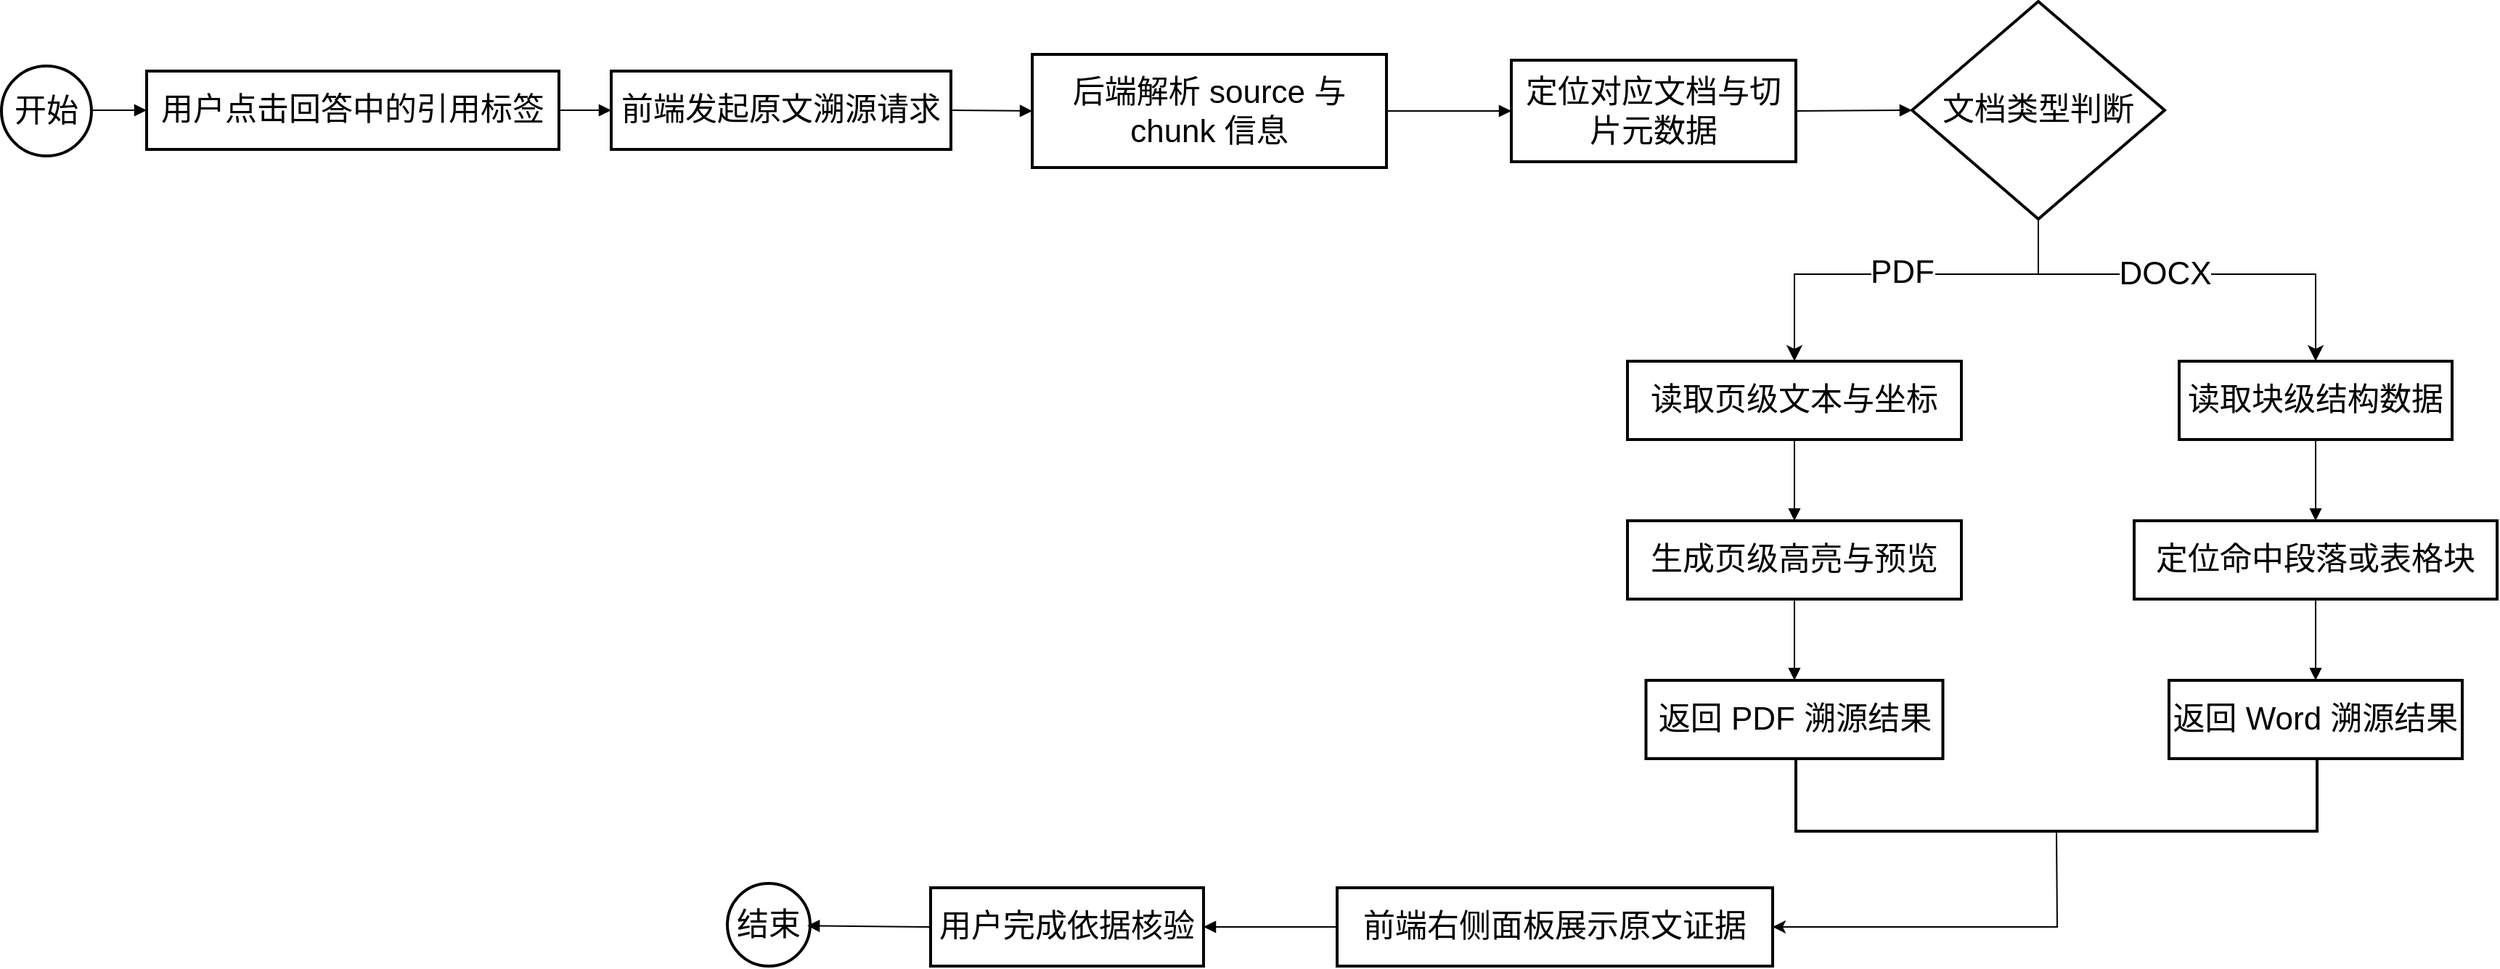
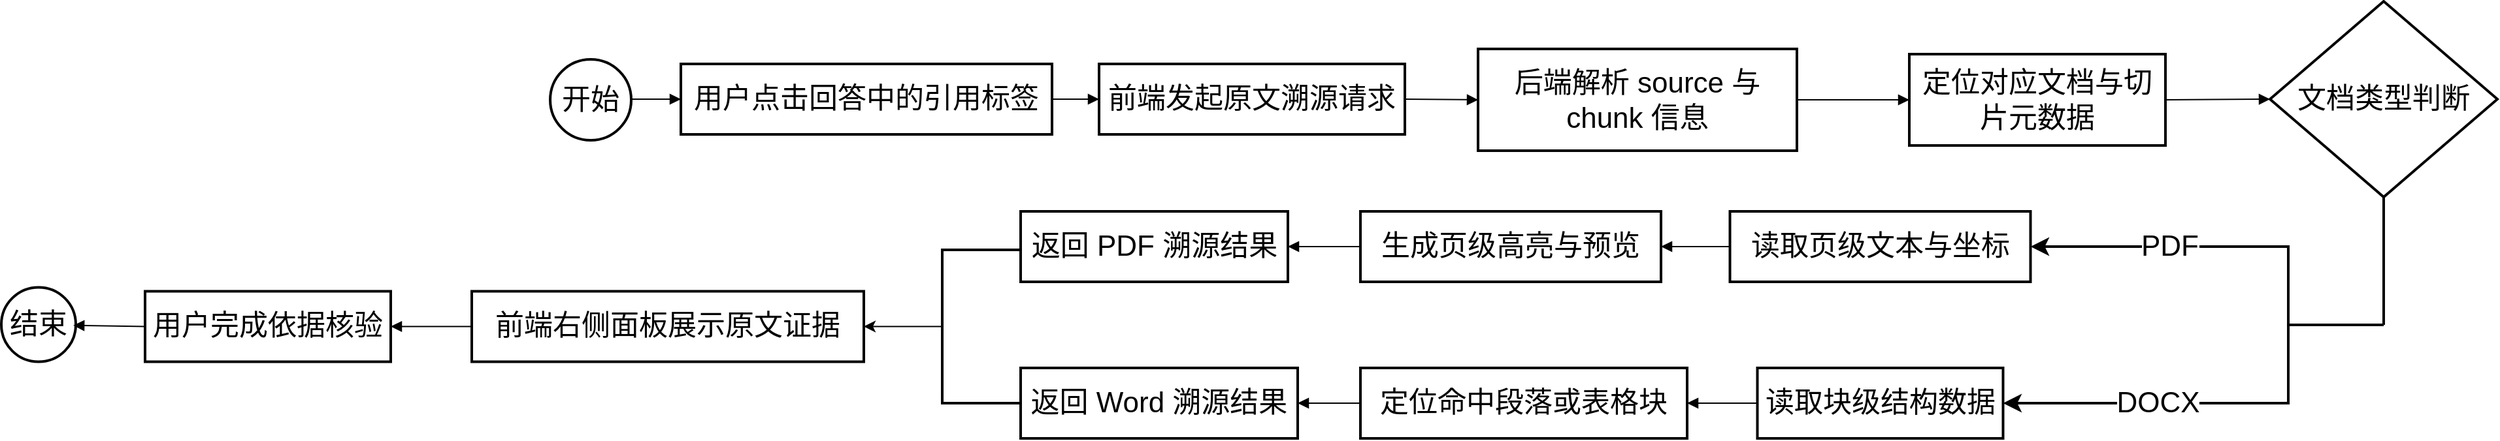
<mxfile host="app.diagrams.net">
  <diagram name="第 1 页" id="R4FDS2qancBsaZZJmabc">
-     <mxGraphModel dx="1758" dy="1015" grid="1" gridSize="10" guides="1" tooltips="1" connect="1" arrows="1" fold="1" page="0" pageScale="1" pageWidth="827" pageHeight="1169" math="0" shadow="0">
+     <mxGraphModel dx="2809" dy="1160" grid="1" gridSize="10" guides="1" tooltips="1" connect="1" arrows="1" fold="1" page="0" pageScale="1" pageWidth="827" pageHeight="1169" math="0" shadow="0">
      <root>
        <mxCell id="0" />
        <mxCell id="1" parent="0" />
        <mxCell id="LvuW3N7PDDmZqe9PuWqL-3" parent="1" style="ellipse;aspect=fixed;strokeWidth=2;whiteSpace=wrap;fontSize=22;strokeColor=default;" value="开始" vertex="1">
          <mxGeometry height="62" width="62" x="10" y="116.5" as="geometry" />
        </mxCell>
        <mxCell id="LvuW3N7PDDmZqe9PuWqL-4" parent="1" style="whiteSpace=wrap;strokeWidth=2;fontSize=22;strokeColor=default;" value="用户点击回答中的引用标签" vertex="1">
          <mxGeometry height="54" width="284" x="110" y="120" as="geometry" />
        </mxCell>
        <mxCell id="LvuW3N7PDDmZqe9PuWqL-5" parent="1" style="whiteSpace=wrap;strokeWidth=2;fontSize=22;strokeColor=default;" value="前端发起原文溯源请求" vertex="1">
          <mxGeometry height="54" width="234" x="430" y="120" as="geometry" />
        </mxCell>
        <mxCell id="LvuW3N7PDDmZqe9PuWqL-6" parent="1" style="whiteSpace=wrap;strokeWidth=2;fontSize=22;strokeColor=default;" value="后端解析 source 与 chunk 信息" vertex="1">
          <mxGeometry height="78" width="244" x="720" y="108.5" as="geometry" />
        </mxCell>
        <mxCell id="LvuW3N7PDDmZqe9PuWqL-7" parent="1" style="whiteSpace=wrap;strokeWidth=2;fontSize=22;strokeColor=default;" value="定位对应文档与切片元数据" vertex="1">
          <mxGeometry height="70" width="196" x="1050" y="112.5" as="geometry" />
        </mxCell>
        <mxCell id="LvuW3N7PDDmZqe9PuWqL-8" parent="1" style="rhombus;strokeWidth=2;whiteSpace=wrap;fontSize=22;strokeColor=default;" value="文档类型判断" vertex="1">
          <mxGeometry height="150" width="174" x="1326" y="72" as="geometry" />
        </mxCell>
        <mxCell id="LvuW3N7PDDmZqe9PuWqL-9" parent="1" style="whiteSpace=wrap;strokeWidth=2;fontSize=22;strokeColor=default;" value="读取页级文本与坐标" vertex="1">
-           <mxGeometry height="54" width="230" x="1130" y="320" as="geometry" />
+           <mxGeometry height="54" width="230" x="912.75" y="233" as="geometry" />
        </mxCell>
        <mxCell id="LvuW3N7PDDmZqe9PuWqL-10" parent="1" style="whiteSpace=wrap;strokeWidth=2;fontSize=22;strokeColor=default;" value="读取块级结构数据" vertex="1">
-           <mxGeometry height="54" width="188" x="1510" y="320" as="geometry" />
+           <mxGeometry height="54" width="188" x="933.75" y="353" as="geometry" />
        </mxCell>
        <mxCell id="LvuW3N7PDDmZqe9PuWqL-11" parent="1" style="whiteSpace=wrap;strokeWidth=2;fontSize=22;strokeColor=default;" value="生成页级高亮与预览" vertex="1">
-           <mxGeometry height="54" width="230" x="1130" y="430" as="geometry" />
+           <mxGeometry height="54" width="230" x="630" y="233" as="geometry" />
        </mxCell>
        <mxCell id="LvuW3N7PDDmZqe9PuWqL-12" parent="1" style="whiteSpace=wrap;strokeWidth=2;fontSize=22;strokeColor=default;" value="返回 PDF 溯源结果" vertex="1">
-           <mxGeometry height="54" width="204.5" x="1142.75" y="540" as="geometry" />
+           <mxGeometry height="54" width="204.5" x="370" y="233" as="geometry" />
        </mxCell>
        <mxCell id="LvuW3N7PDDmZqe9PuWqL-13" parent="1" style="whiteSpace=wrap;strokeWidth=2;fontSize=22;strokeColor=default;" value="定位命中段落或表格块" vertex="1">
-           <mxGeometry height="54" width="250" x="1479" y="430" as="geometry" />
+           <mxGeometry height="54" width="250" x="630" y="353" as="geometry" />
        </mxCell>
        <mxCell id="LvuW3N7PDDmZqe9PuWqL-14" parent="1" style="whiteSpace=wrap;strokeWidth=2;fontSize=22;strokeColor=default;" value="返回 Word 溯源结果" vertex="1">
-           <mxGeometry height="54" width="202" x="1503" y="540" as="geometry" />
+           <mxGeometry height="54" width="212" x="370" y="353" as="geometry" />
        </mxCell>
        <mxCell id="LvuW3N7PDDmZqe9PuWqL-15" parent="1" style="whiteSpace=wrap;strokeWidth=2;fontSize=22;strokeColor=default;" value="前端右侧面板展示原文证据" vertex="1">
-           <mxGeometry height="54" width="300" x="930" y="683" as="geometry" />
+           <mxGeometry height="54" width="300" x="-50" y="294.25" as="geometry" />
        </mxCell>
        <mxCell id="LvuW3N7PDDmZqe9PuWqL-16" parent="1" style="whiteSpace=wrap;strokeWidth=2;fontSize=22;strokeColor=default;" value="用户完成依据核验" vertex="1">
-           <mxGeometry height="54" width="188" x="650" y="683" as="geometry" />
+           <mxGeometry height="54" width="188" x="-300" y="294.25" as="geometry" />
        </mxCell>
        <mxCell id="LvuW3N7PDDmZqe9PuWqL-17" parent="1" style="ellipse;aspect=fixed;strokeWidth=2;whiteSpace=wrap;fontSize=22;strokeColor=default;" value="结束" vertex="1">
-           <mxGeometry height="57" width="57" x="510" y="680" as="geometry" />
+           <mxGeometry height="57" width="57" x="-410" y="291.25" as="geometry" />
        </mxCell>
        <mxCell id="LvuW3N7PDDmZqe9PuWqL-18" edge="1" parent="1" source="LvuW3N7PDDmZqe9PuWqL-3" style="curved=1;startArrow=none;endArrow=block;exitX=1;exitY=0.49;entryX=0;entryY=0.5;rounded=0;fontSize=22;strokeColor=default;" target="LvuW3N7PDDmZqe9PuWqL-4" value="">
          <mxGeometry relative="1" as="geometry">
            <Array as="points" />
          </mxGeometry>
        </mxCell>
        <mxCell id="LvuW3N7PDDmZqe9PuWqL-19" edge="1" parent="1" source="LvuW3N7PDDmZqe9PuWqL-4" style="curved=1;startArrow=none;endArrow=block;exitX=1;exitY=0.5;entryX=0;entryY=0.5;rounded=0;fontSize=22;strokeColor=default;" target="LvuW3N7PDDmZqe9PuWqL-5" value="">
          <mxGeometry relative="1" as="geometry">
            <Array as="points" />
          </mxGeometry>
        </mxCell>
        <mxCell id="LvuW3N7PDDmZqe9PuWqL-20" edge="1" parent="1" source="LvuW3N7PDDmZqe9PuWqL-5" style="curved=1;startArrow=none;endArrow=block;exitX=1;exitY=0.5;entryX=0;entryY=0.5;rounded=0;fontSize=22;strokeColor=default;" target="LvuW3N7PDDmZqe9PuWqL-6" value="">
          <mxGeometry relative="1" as="geometry">
            <Array as="points" />
          </mxGeometry>
        </mxCell>
        <mxCell id="LvuW3N7PDDmZqe9PuWqL-21" edge="1" parent="1" source="LvuW3N7PDDmZqe9PuWqL-6" style="curved=1;startArrow=none;endArrow=block;exitX=1;exitY=0.5;entryX=0;entryY=0.5;rounded=0;fontSize=22;strokeColor=default;" target="LvuW3N7PDDmZqe9PuWqL-7" value="">
          <mxGeometry relative="1" as="geometry">
            <Array as="points" />
          </mxGeometry>
        </mxCell>
        <mxCell id="LvuW3N7PDDmZqe9PuWqL-22" edge="1" parent="1" source="LvuW3N7PDDmZqe9PuWqL-7" style="curved=1;startArrow=none;endArrow=block;exitX=1;exitY=0.5;entryX=0;entryY=0.5;rounded=0;fontSize=22;strokeColor=default;" target="LvuW3N7PDDmZqe9PuWqL-8" value="">
          <mxGeometry relative="1" as="geometry">
            <Array as="points" />
          </mxGeometry>
        </mxCell>
-         <mxCell id="LvuW3N7PDDmZqe9PuWqL-25" edge="1" parent="1" source="LvuW3N7PDDmZqe9PuWqL-9" style="curved=1;startArrow=none;endArrow=block;exitX=0.5;exitY=1;rounded=0;fontSize=22;strokeColor=default;exitDx=0;exitDy=0;" target="LvuW3N7PDDmZqe9PuWqL-11" value="">
+         <mxCell id="LvuW3N7PDDmZqe9PuWqL-25" edge="1" parent="1" source="LvuW3N7PDDmZqe9PuWqL-9" style="curved=1;startArrow=none;endArrow=block;exitX=0;exitY=0.5;rounded=0;fontSize=22;strokeColor=default;exitDx=0;exitDy=0;entryX=1;entryY=0.5;entryDx=0;entryDy=0;" target="LvuW3N7PDDmZqe9PuWqL-11" value="">
          <mxGeometry relative="1" as="geometry">
            <Array as="points" />
          </mxGeometry>
        </mxCell>
-         <mxCell id="LvuW3N7PDDmZqe9PuWqL-26" edge="1" parent="1" source="LvuW3N7PDDmZqe9PuWqL-11" style="curved=1;startArrow=none;endArrow=block;exitX=0.5;exitY=1;entryX=0.5;entryY=0;rounded=0;fontSize=22;strokeColor=default;exitDx=0;exitDy=0;entryDx=0;entryDy=0;" target="LvuW3N7PDDmZqe9PuWqL-12" value="">
+         <mxCell id="LvuW3N7PDDmZqe9PuWqL-26" edge="1" parent="1" source="LvuW3N7PDDmZqe9PuWqL-11" style="curved=1;startArrow=none;endArrow=block;exitX=0;exitY=0.5;entryX=1;entryY=0.5;rounded=0;fontSize=22;strokeColor=default;exitDx=0;exitDy=0;entryDx=0;entryDy=0;" target="LvuW3N7PDDmZqe9PuWqL-12" value="">
          <mxGeometry relative="1" as="geometry">
            <Array as="points" />
          </mxGeometry>
        </mxCell>
-         <mxCell id="LvuW3N7PDDmZqe9PuWqL-27" edge="1" parent="1" source="LvuW3N7PDDmZqe9PuWqL-10" style="curved=1;startArrow=none;endArrow=block;exitX=0.5;exitY=1;entryX=0.5;entryY=0;rounded=0;fontSize=22;strokeColor=default;exitDx=0;exitDy=0;entryDx=0;entryDy=0;" target="LvuW3N7PDDmZqe9PuWqL-13" value="">
+         <mxCell id="LvuW3N7PDDmZqe9PuWqL-27" edge="1" parent="1" source="LvuW3N7PDDmZqe9PuWqL-10" style="curved=1;startArrow=none;endArrow=block;exitX=0;exitY=0.5;entryX=1;entryY=0.5;rounded=0;fontSize=22;strokeColor=default;exitDx=0;exitDy=0;entryDx=0;entryDy=0;" target="LvuW3N7PDDmZqe9PuWqL-13" value="">
          <mxGeometry relative="1" as="geometry">
            <Array as="points" />
          </mxGeometry>
        </mxCell>
-         <mxCell id="LvuW3N7PDDmZqe9PuWqL-28" edge="1" parent="1" source="LvuW3N7PDDmZqe9PuWqL-13" style="curved=1;startArrow=none;endArrow=block;exitX=0.5;exitY=1;entryX=0.5;entryY=0;rounded=0;fontSize=22;strokeColor=default;exitDx=0;exitDy=0;entryDx=0;entryDy=0;" target="LvuW3N7PDDmZqe9PuWqL-14" value="">
+         <mxCell id="LvuW3N7PDDmZqe9PuWqL-28" edge="1" parent="1" source="LvuW3N7PDDmZqe9PuWqL-13" style="curved=1;startArrow=none;endArrow=block;exitX=0;exitY=0.5;entryX=1;entryY=0.5;rounded=0;fontSize=22;strokeColor=default;exitDx=0;exitDy=0;entryDx=0;entryDy=0;" target="LvuW3N7PDDmZqe9PuWqL-14" value="">
          <mxGeometry relative="1" as="geometry">
            <Array as="points" />
          </mxGeometry>
        </mxCell>
        <mxCell id="LvuW3N7PDDmZqe9PuWqL-31" edge="1" parent="1" source="LvuW3N7PDDmZqe9PuWqL-15" style="curved=1;startArrow=none;endArrow=block;exitX=0;exitY=0.5;rounded=0;fontSize=22;strokeColor=default;exitDx=0;exitDy=0;entryX=1;entryY=0.5;entryDx=0;entryDy=0;" target="LvuW3N7PDDmZqe9PuWqL-16" value="">
          <mxGeometry relative="1" as="geometry">
            <Array as="points" />
-             <mxPoint x="710" y="703" as="targetPoint" />
+             <mxPoint x="-470" y="307" as="targetPoint" />
          </mxGeometry>
        </mxCell>
        <mxCell id="LvuW3N7PDDmZqe9PuWqL-32" edge="1" parent="1" source="LvuW3N7PDDmZqe9PuWqL-16" style="curved=1;startArrow=none;endArrow=block;exitX=0;exitY=0.5;rounded=0;fontSize=22;strokeColor=default;exitDx=0;exitDy=0;entryX=0.966;entryY=0.512;entryDx=0;entryDy=0;entryPerimeter=0;" target="LvuW3N7PDDmZqe9PuWqL-17" value="">
          <mxGeometry relative="1" as="geometry">
            <Array as="points" />
-             <mxPoint x="570" y="710" as="targetPoint" />
+             <mxPoint x="-610" y="314" as="targetPoint" />
          </mxGeometry>
        </mxCell>
-         <mxCell id="LvuW3N7PDDmZqe9PuWqL-37" edge="1" parent="1" source="LvuW3N7PDDmZqe9PuWqL-8" style="edgeStyle=elbowEdgeStyle;elbow=vertical;endArrow=classic;html=1;curved=0;rounded=0;endSize=8;startSize=8;exitX=0.5;exitY=1;exitDx=0;exitDy=0;entryX=0.5;entryY=0;entryDx=0;entryDy=0;" target="LvuW3N7PDDmZqe9PuWqL-9" value="">
+         <mxCell id="LvuW3N7PDDmZqe9PuWqL-42" parent="1" style="strokeWidth=2;html=1;shape=mxgraph.flowchart.annotation_1;align=left;pointerEvents=1;direction=east;" value="" vertex="1">
+           <mxGeometry height="117.5" width="60" x="310" y="262.5" as="geometry" />
+         </mxCell>
+         <mxCell id="LvuW3N7PDDmZqe9PuWqL-44" edge="1" parent="1" source="LvuW3N7PDDmZqe9PuWqL-42" style="endArrow=classic;html=1;rounded=0;exitX=0;exitY=0.5;exitDx=0;exitDy=0;exitPerimeter=0;entryX=1;entryY=0.5;entryDx=0;entryDy=0;" target="LvuW3N7PDDmZqe9PuWqL-15" value="">
+           <mxGeometry height="50" relative="1" width="50" as="geometry">
+             <Array as="points" />
+             <mxPoint x="1429" y="644" as="sourcePoint" />
+             <mxPoint x="1460" y="690" as="targetPoint" />
+           </mxGeometry>
+         </mxCell>
+         <mxCell id="LvuW3N7PDDmZqe9PuWqL-47" parent="1" style="line;strokeWidth=2;direction=south;html=1;" value="" vertex="1">
+           <mxGeometry height="98" width="10" x="1408" y="222" as="geometry" />
+         </mxCell>
+         <mxCell id="LvuW3N7PDDmZqe9PuWqL-48" edge="1" parent="1" source="LvuW3N7PDDmZqe9PuWqL-47" style="edgeStyle=segmentEdgeStyle;endArrow=classic;html=1;curved=0;rounded=0;endSize=8;startSize=8;exitX=1;exitY=0.5;exitDx=0;exitDy=0;exitPerimeter=0;strokeWidth=2;entryX=1;entryY=0.5;entryDx=0;entryDy=0;" target="LvuW3N7PDDmZqe9PuWqL-10" value="">
          <mxGeometry height="50" relative="1" width="50" as="geometry">
            <Array as="points">
-               <mxPoint x="1330" y="260" />
+               <mxPoint x="1340" y="320" />
+               <mxPoint x="1340" y="380" />
            </Array>
-             <mxPoint x="1296" y="290" as="sourcePoint" />
-             <mxPoint x="1246" y="340" as="targetPoint" />
+             <mxPoint x="1420" y="367" as="sourcePoint" />
+             <mxPoint x="1150" y="380" as="targetPoint" />
          </mxGeometry>
        </mxCell>
-         <mxCell id="LvuW3N7PDDmZqe9PuWqL-39" connectable="0" parent="LvuW3N7PDDmZqe9PuWqL-37" style="edgeLabel;html=1;align=center;verticalAlign=middle;resizable=0;points=[];" value="&lt;font style=&quot;font-size: 22px;&quot;&gt;PDF&lt;/font&gt;" vertex="1">
-           <mxGeometry relative="1" x="-0.0068" y="-1" as="geometry">
+         <mxCell id="LvuW3N7PDDmZqe9PuWqL-52" connectable="0" parent="LvuW3N7PDDmZqe9PuWqL-48" style="edgeLabel;html=1;align=center;verticalAlign=middle;resizable=0;points=[];" value="&lt;font style=&quot;font-size: 22px;&quot;&gt;DOCX&lt;/font&gt;" vertex="1">
+           <mxGeometry relative="1" x="0.3293" as="geometry">
            <mxPoint as="offset" />
          </mxGeometry>
        </mxCell>
-         <mxCell id="LvuW3N7PDDmZqe9PuWqL-38" edge="1" parent="1" source="LvuW3N7PDDmZqe9PuWqL-8" style="edgeStyle=elbowEdgeStyle;elbow=vertical;endArrow=classic;html=1;curved=0;rounded=0;endSize=8;startSize=8;entryX=0.5;entryY=0;entryDx=0;entryDy=0;exitX=0.5;exitY=1;exitDx=0;exitDy=0;" target="LvuW3N7PDDmZqe9PuWqL-10" value="">
+         <mxCell id="LvuW3N7PDDmZqe9PuWqL-49" edge="1" parent="1" style="edgeStyle=segmentEdgeStyle;endArrow=classic;html=1;curved=0;rounded=0;endSize=8;startSize=8;entryX=1;entryY=0.5;entryDx=0;entryDy=0;strokeWidth=2;" target="LvuW3N7PDDmZqe9PuWqL-9" value="">
          <mxGeometry height="50" relative="1" width="50" as="geometry">
            <Array as="points">
-               <mxPoint x="1510" y="260" />
+               <mxPoint x="1340" y="260" />
+               <mxPoint x="1143" y="260" />
            </Array>
-             <mxPoint x="1410" y="230" as="sourcePoint" />
-             <mxPoint x="1600" y="340" as="targetPoint" />
+             <mxPoint x="1340" y="320" as="sourcePoint" />
+             <mxPoint x="1100" y="280" as="targetPoint" />
          </mxGeometry>
        </mxCell>
-         <mxCell id="LvuW3N7PDDmZqe9PuWqL-40" connectable="0" parent="LvuW3N7PDDmZqe9PuWqL-38" style="edgeLabel;html=1;align=center;verticalAlign=middle;resizable=0;points=[];" value="&lt;font style=&quot;font-size: 22px;&quot;&gt;DOCX&lt;/font&gt;" vertex="1">
-           <mxGeometry relative="1" x="-0.0002" y="-4" as="geometry">
-             <mxPoint x="-20" y="-4" as="offset" />
-           </mxGeometry>
-         </mxCell>
-         <mxCell id="LvuW3N7PDDmZqe9PuWqL-42" parent="1" style="strokeWidth=2;html=1;shape=mxgraph.flowchart.annotation_1;align=left;pointerEvents=1;direction=north;" value="" vertex="1">
-           <mxGeometry height="50" width="359" x="1246" y="594" as="geometry" />
-         </mxCell>
-         <mxCell id="LvuW3N7PDDmZqe9PuWqL-44" edge="1" parent="1" source="LvuW3N7PDDmZqe9PuWqL-42" style="endArrow=classic;html=1;rounded=0;exitX=0;exitY=0.5;exitDx=0;exitDy=0;exitPerimeter=0;entryX=1;entryY=0.5;entryDx=0;entryDy=0;" target="LvuW3N7PDDmZqe9PuWqL-15" value="">
-           <mxGeometry height="50" relative="1" width="50" as="geometry">
-             <Array as="points">
-               <mxPoint x="1426" y="710" />
-             </Array>
-             <mxPoint x="1429" y="644" as="sourcePoint" />
-             <mxPoint x="1460" y="690" as="targetPoint" />
+         <mxCell id="LvuW3N7PDDmZqe9PuWqL-50" connectable="0" parent="LvuW3N7PDDmZqe9PuWqL-49" style="edgeLabel;html=1;align=center;verticalAlign=middle;resizable=0;points=[];" value="&lt;font style=&quot;font-size: 22px;&quot;&gt;PDF&lt;/font&gt;" vertex="1">
+           <mxGeometry relative="1" x="-0.0778" as="geometry">
+             <mxPoint x="-33" as="offset" />
          </mxGeometry>
        </mxCell>
      </root>
    </mxGraphModel>
  </diagram>
</mxfile>
